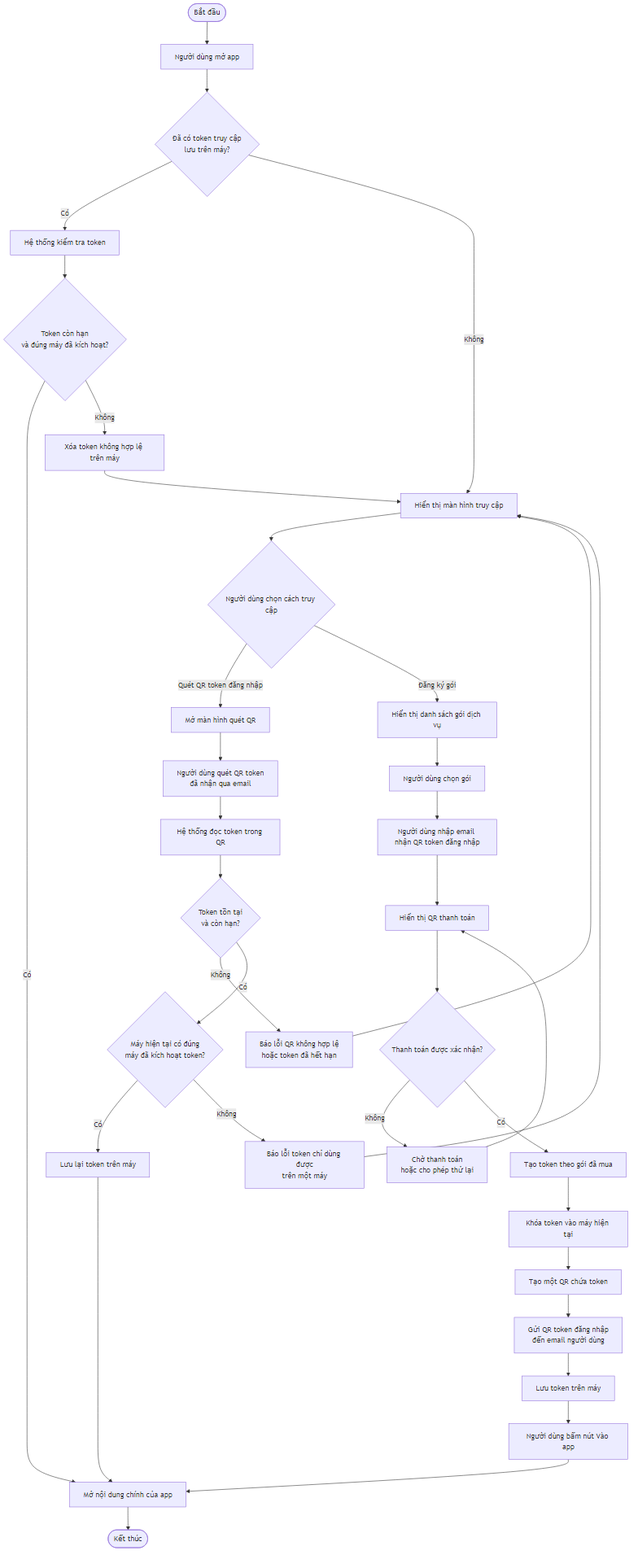
Before: prd-assets/mermaid/activity_access_flow_current.png, a diagram exported from Mermaid (ledat2412/C-SA-T). Its source is kept beside it as prd-assets/mermaid/activity_access_flow_current.mmd.
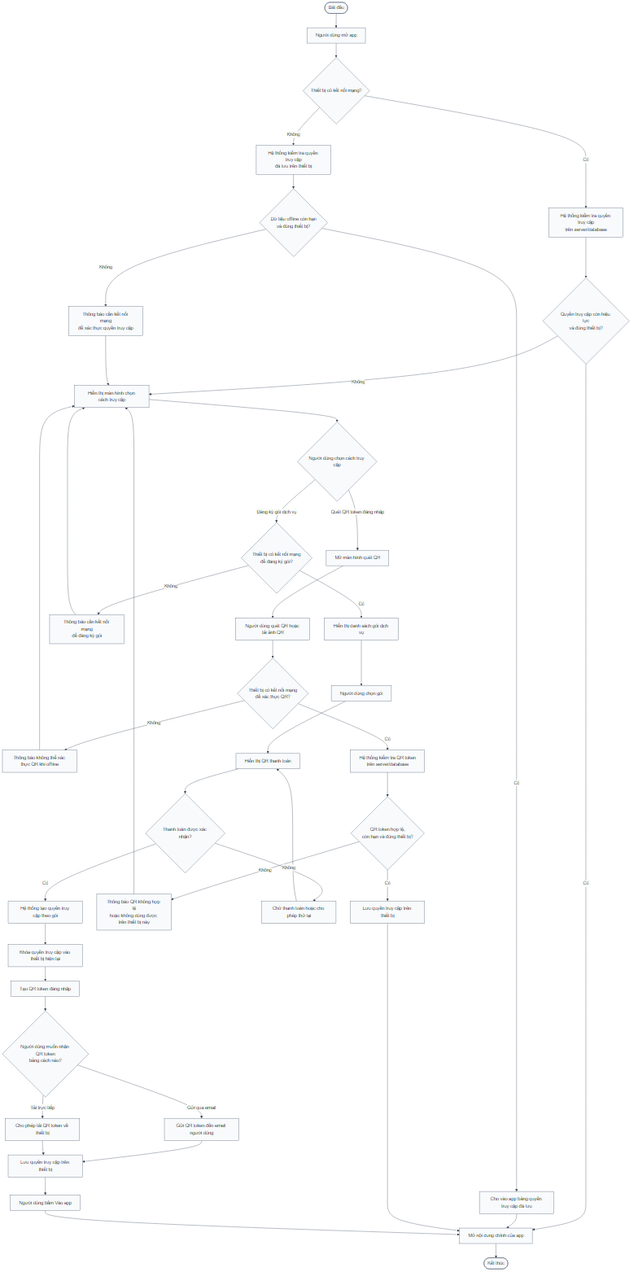
The same file after the commit.

Commit message:
update sequence server scan qr

Diff of the diagram source:
```diff
@@ -1,46 +1,56 @@
+%%{init: {"theme": "base", "themeVariables": {"background": "#ffffff", "primaryColor": "#f8fafc", "primaryBorderColor": "#475569", "primaryTextColor": "#0f172a", "lineColor": "#334155", "tertiaryColor": "#ffffff", "fontFamily": "Arial"}}}%%
 flowchart TD
     A([Bắt đầu]) --> B[Người dùng mở app]
-    B --> C{Đã có token truy cập<br/>lưu trên máy?}
+    B --> C{Thiết bị có kết nối mạng?}
 
-    C -->|Có| D[Hệ thống kiểm tra token]
-    D --> E{Token còn hạn<br/>và đúng máy đã kích hoạt?}
+    C -->|Có| D[Hệ thống kiểm tra quyền truy cập<br/>trên server/database]
+    D --> E{Quyền truy cập còn hiệu lực<br/>và đúng thiết bị?}
     E -->|Có| Z[Mở nội dung chính của app]
-    E -->|Không| F[Xóa token không hợp lệ trên máy]
-    F --> G[Hiển thị màn hình truy cập]
+    E -->|Không| F[Hiển thị màn hình chọn cách truy cập]
 
-    C -->|Không| G
+    C -->|Không| G[Hệ thống kiểm tra quyền truy cập<br/>đã lưu trên thiết bị]
+    G --> H{Dữ liệu offline còn hạn<br/>và đúng thiết bị?}
+    H -->|Có| I[Cho vào app bằng quyền truy cập đã lưu]
+    I --> Z
+    H -->|Không| J[Thông báo cần kết nối mạng<br/>để xác thực quyền truy cập]
+    J --> F
 
-    G --> H{Người dùng chọn cách truy cập}
+    F --> K{Người dùng chọn cách truy cập}
 
-    H -->|Quét QR token đăng nhập| I[Mở màn hình quét QR]
-    I --> J[Người dùng quét QR token<br/>đã nhận qua email]
-    J --> K[Hệ thống đọc token trong QR]
-    K --> L{Token tồn tại<br/>và còn hạn?}
+    K -->|Quét QR token đăng nhập| L[Mở màn hình quét QR]
+    L --> M[Người dùng quét QR hoặc tải ảnh QR]
+    M --> N{Thiết bị có kết nối mạng<br/>để xác thực QR?}
+    N -->|Không| O[Thông báo không thể xác thực QR khi offline]
+    O --> F
+    N -->|Có| P[Hệ thống kiểm tra QR token<br/>trên server/database]
+    P --> Q{QR token hợp lệ,<br/>còn hạn và đúng thiết bị?}
+    Q -->|Có| R[Lưu quyền truy cập trên thiết bị]
+    R --> Z
+    Q -->|Không| S[Thông báo QR không hợp lệ<br/>hoặc không dùng được trên thiết bị này]
+    S --> F
 
-    L -->|Không| M[Báo lỗi QR không hợp lệ<br/>hoặc token đã hết hạn]
-    M --> G
+    K -->|Đăng ký gói dịch vụ| T{Thiết bị có kết nối mạng<br/>để đăng ký gói?}
+    T -->|Không| U[Thông báo cần kết nối mạng<br/>để đăng ký gói]
+    U --> F
+    T -->|Có| V[Hiển thị danh sách gói dịch vụ]
+    V --> W[Người dùng chọn gói]
+    W --> X[Hiển thị QR thanh toán]
+    X --> Y{Thanh toán được xác nhận?}
 
-    L -->|Có| Q{Máy hiện tại có đúng<br/>máy đã kích hoạt token?}
-    Q -->|Có| R[Lưu lại token trên máy]
-    R --> Z
-    Q -->|Không| S[Báo lỗi token chỉ dùng được<br/>trên một máy]
-    S --> G
+    Y -->|Không| AA[Chờ thanh toán hoặc cho phép thử lại]
+    AA --> X
 
-    H -->|Đăng ký gói| T[Hiển thị danh sách gói dịch vụ]
-    T --> U[Người dùng chọn gói]
-    U --> V[Người dùng nhập email nhận QR token đăng nhập]
-    V --> W[Hiển thị QR thanh toán]
-    W --> X{Thanh toán được xác nhận?}
+    Y -->|Có| AB[Hệ thống tạo quyền truy cập theo gói]
+    AB --> AC[Khóa quyền truy cập vào thiết bị hiện tại]
+    AC --> AD[Tạo QR token đăng nhập]
+    AD --> AE{Người dùng muốn nhận QR token<br/>bằng cách nào?}
 
-    X -->|Không| Y[Chờ thanh toán<br/>hoặc cho phép thử lại]
-    Y --> W
+    AE -->|Gửi qua email| AF[Gửi QR token đến email người dùng]
+    AE -->|Tải trực tiếp| AG[Cho phép tải QR token về thiết bị]
 
-    X -->|Có| AA[Tạo token theo gói đã mua]
-    AA --> AB[Khóa token vào máy hiện tại]
-    AB --> AC[Tạo một QR chứa token]
-    AC --> AD[Gửi QR token đăng nhập<br/>đến email người dùng]
-    AD --> AE[Lưu token trên máy]
-    AE --> AF[Người dùng bấm nút Vào app]
-    AF --> Z
+    AF --> AH[Lưu quyền truy cập trên thiết bị]
+    AG --> AH
+    AH --> AI[Người dùng bấm Vào app]
+    AI --> Z
 
     Z --> ZZ([Kết thúc])
```
